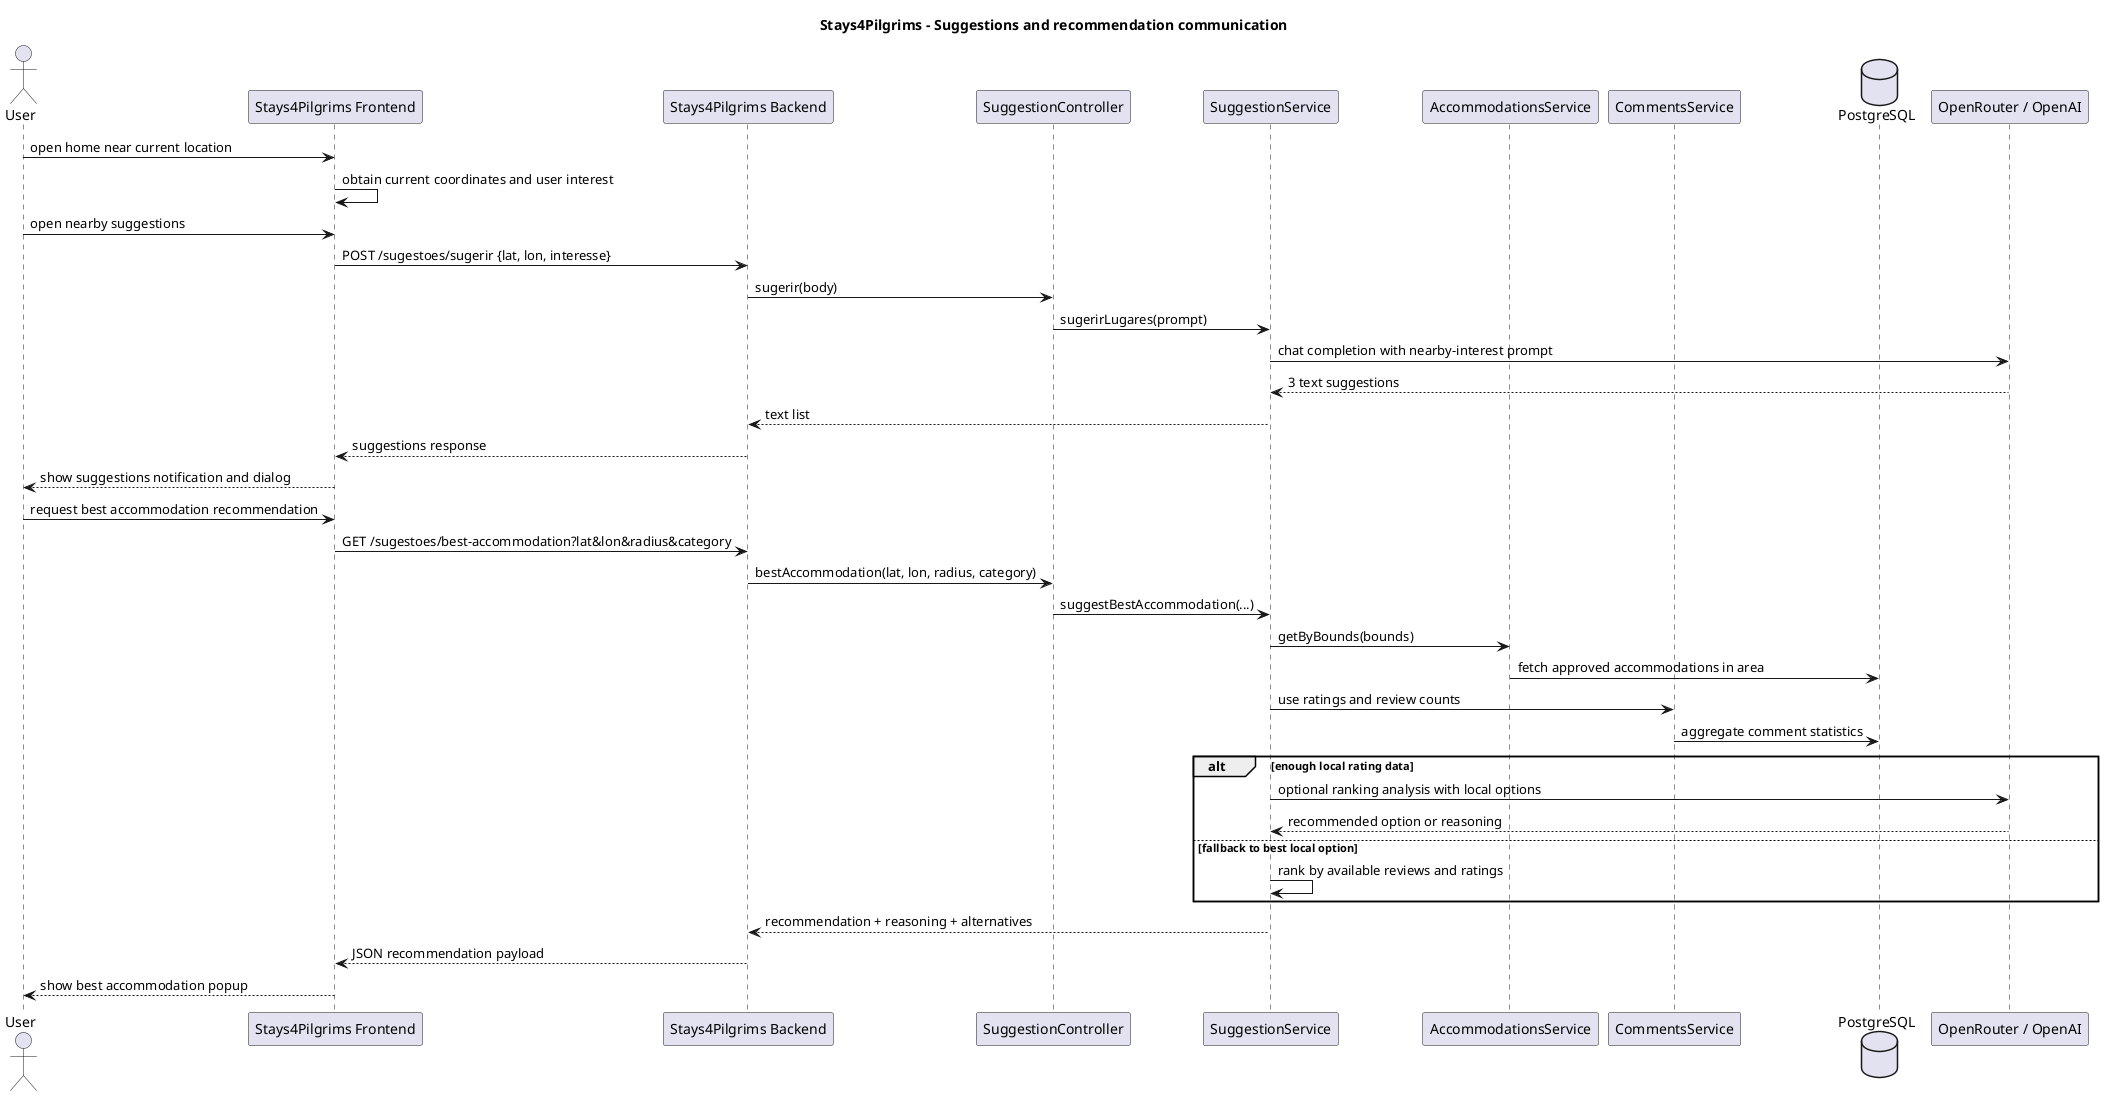
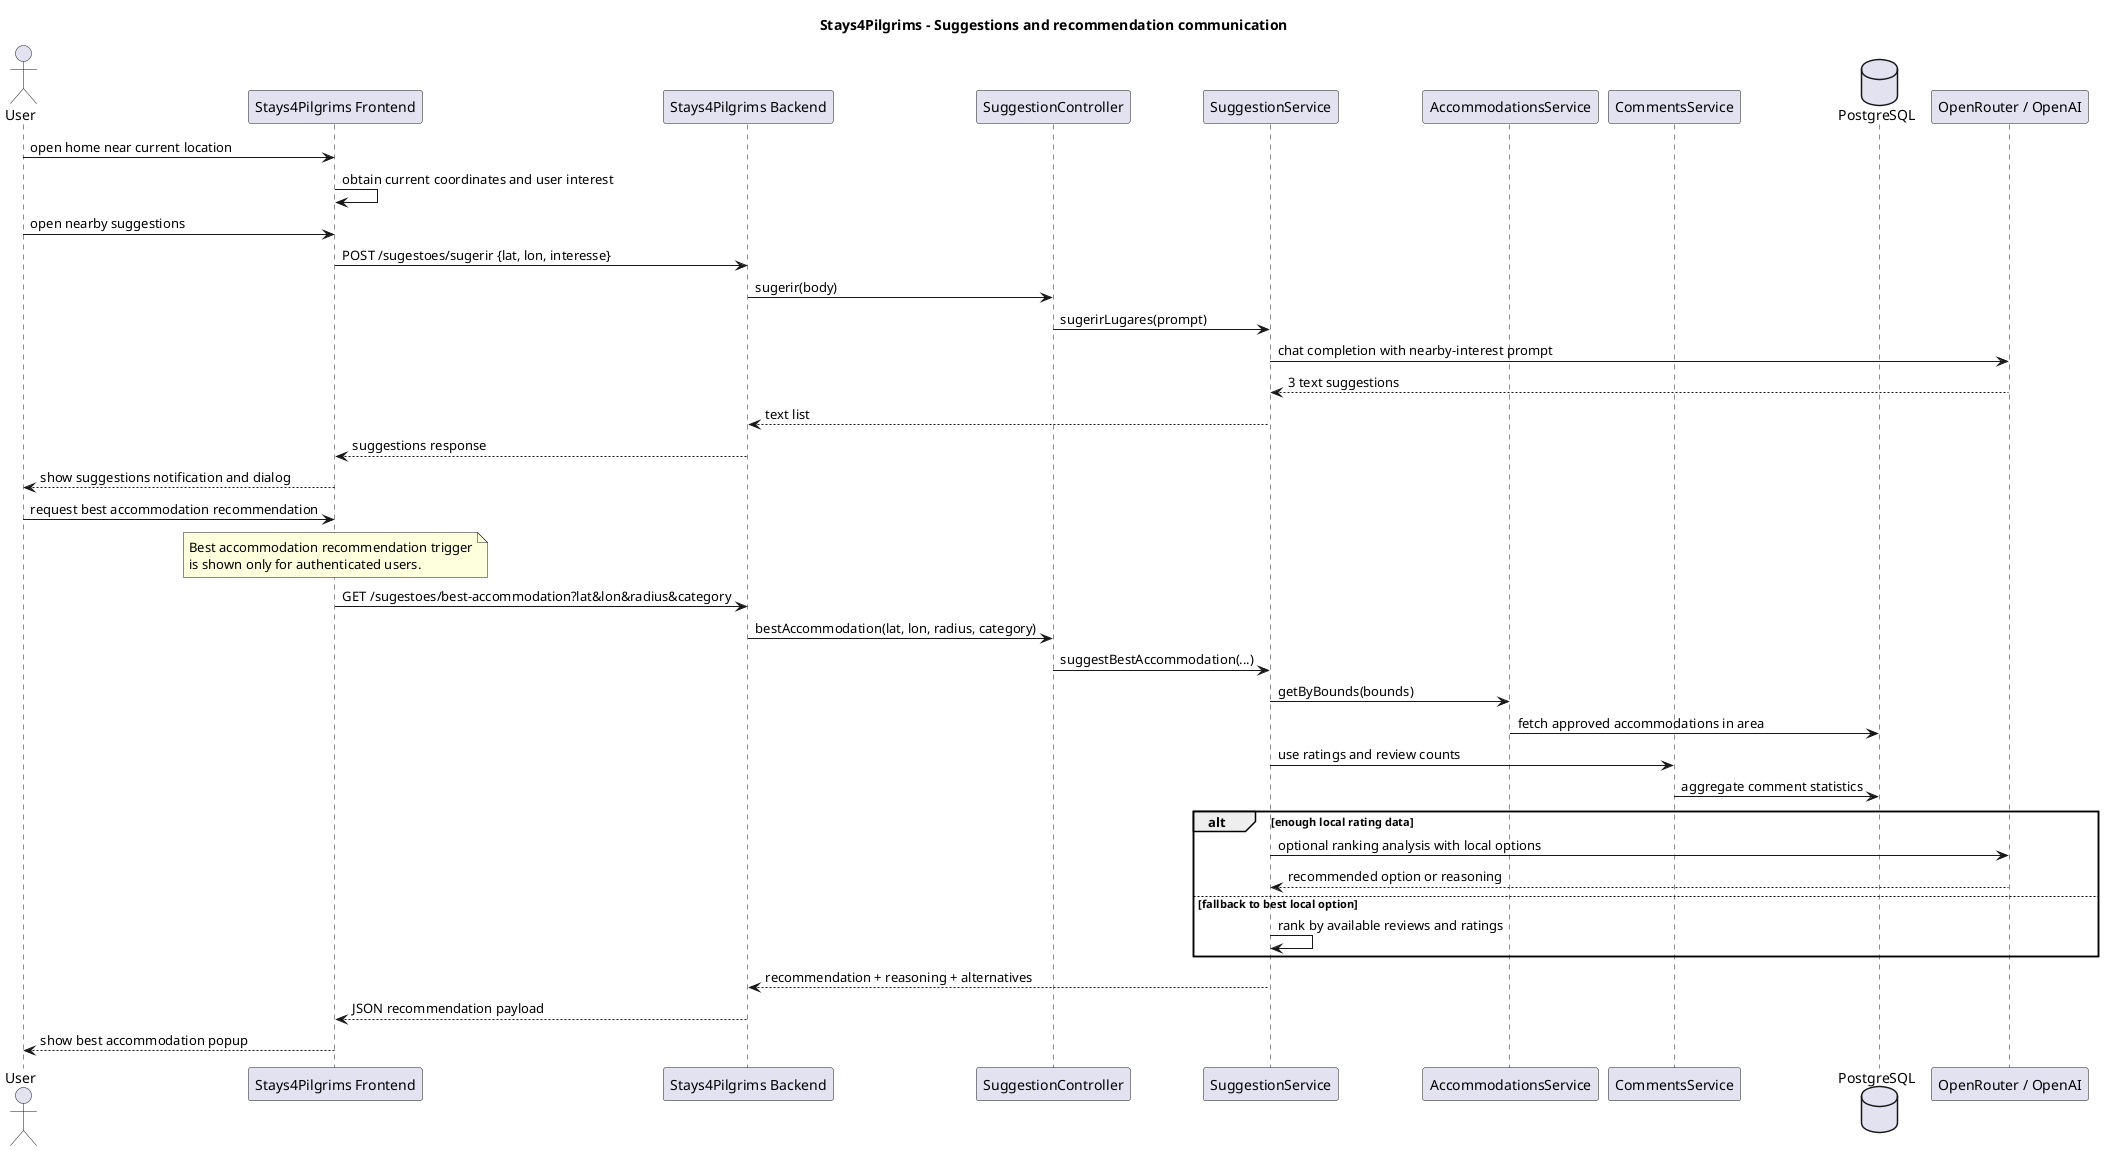
@startuml
title Stays4Pilgrims - Suggestions and recommendation communication

actor User
participant "Stays4Pilgrims Frontend" as FE
participant "Stays4Pilgrims Backend" as BE
participant "SuggestionController" as SuggestionController
participant "SuggestionService" as SuggestionService
participant "AccommodationsService" as AccommodationsService
participant "CommentsService" as CommentsService
database "PostgreSQL" as DB
participant "OpenRouter / OpenAI" as AI

User -> FE : open home near current location
FE -> FE : obtain current coordinates and user interest

User -> FE : open nearby suggestions
FE -> BE : POST /sugestoes/sugerir {lat, lon, interesse}
BE -> SuggestionController : sugerir(body)
SuggestionController -> SuggestionService : sugerirLugares(prompt)
SuggestionService -> AI : chat completion with nearby-interest prompt
AI --> SuggestionService : 3 text suggestions
SuggestionService --> BE : text list
BE --> FE : suggestions response
FE --> User : show suggestions notification and dialog

User -> FE : request best accommodation recommendation
+ note over FE
+ Best accommodation recommendation trigger
+ is shown only for authenticated users.
+ end note
FE -> BE : GET /sugestoes/best-accommodation?lat&lon&radius&category
BE -> SuggestionController : bestAccommodation(lat, lon, radius, category)
SuggestionController -> SuggestionService : suggestBestAccommodation(...)
SuggestionService -> AccommodationsService : getByBounds(bounds)
AccommodationsService -> DB : fetch approved accommodations in area
SuggestionService -> CommentsService : use ratings and review counts
CommentsService -> DB : aggregate comment statistics
alt enough local rating data
  SuggestionService -> AI : optional ranking analysis with local options
  AI --> SuggestionService : recommended option or reasoning
else fallback to best local option
  SuggestionService -> SuggestionService : rank by available reviews and ratings
end
SuggestionService --> BE : recommendation + reasoning + alternatives
BE --> FE : JSON recommendation payload
FE --> User : show best accommodation popup

@enduml